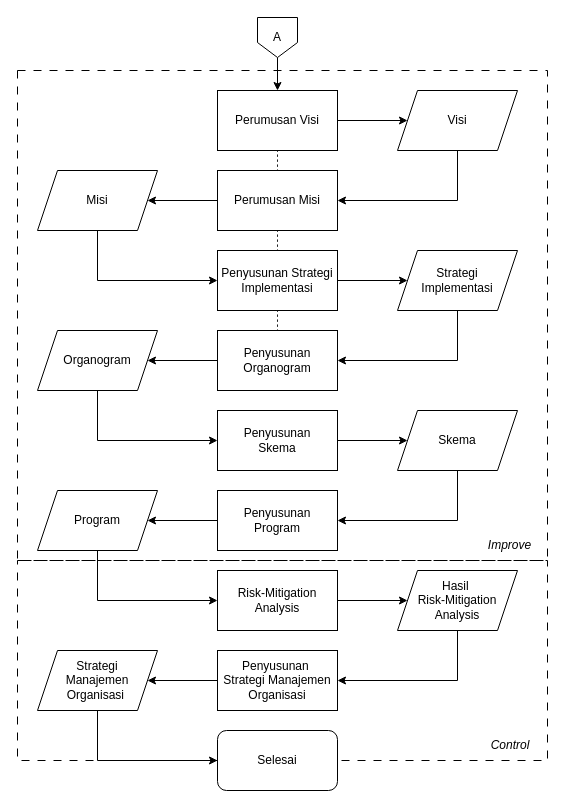
Above: page "IC v3" (8 of 9) of AlureBerpikir.drawio in farellfaiz/flowchart (draw.io), before the change. Source tidied: cells renumbered, new cells numbered last; positions are measured from the earlier drawing's top-left corner, leaving out a move shared by most shapes. Both pictures are drawn from the tidied source at 100%, with x=0, y=0 at pixel (17, 17).
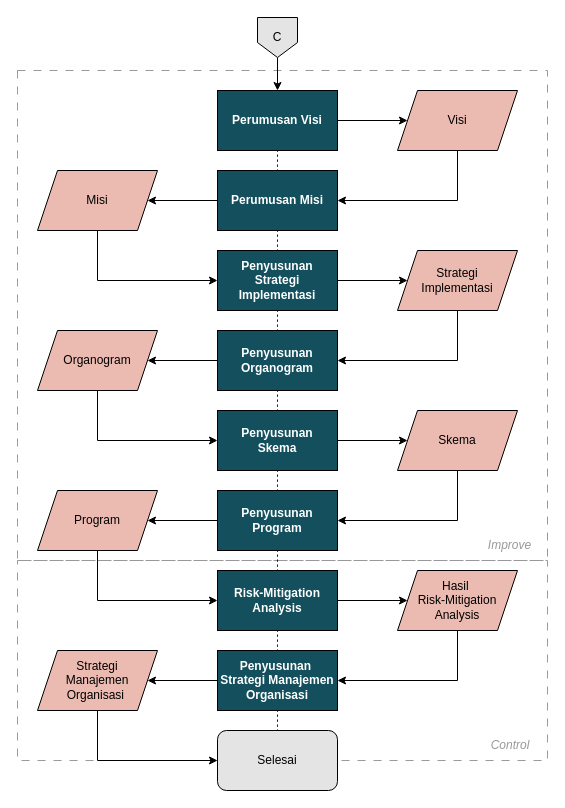
The same page after the edit.

Change to the diagram source:
```diff
@@
-    <mxCell id="2" style="rounded=0;whiteSpace=wrap;html=1;fillColor=none;dashed=1;dashPattern=8 8;" parent="1" vertex="1">
+    <mxCell id="2" style="rounded=0;whiteSpace=wrap;html=1;fillColor=none;dashed=1;dashPattern=8 8;strokeColor=#999999;" parent="1" vertex="1">
       <mxGeometry y="543" width="530" height="200" as="geometry" />
     </mxCell>
-    <mxCell id="3" style="rounded=0;whiteSpace=wrap;html=1;fillColor=none;dashed=1;dashPattern=8 8;" parent="1" vertex="1">
+    <mxCell id="3" style="rounded=0;whiteSpace=wrap;html=1;fillColor=none;dashed=1;dashPattern=8 8;strokeColor=#999999;" parent="1" vertex="1">
       <mxGeometry y="53" width="530" height="490" as="geometry" />
     </mxCell>
@@
-    <mxCell id="6" value="Perumusan Visi" style="rounded=0;whiteSpace=wrap;html=1;" parent="1" vertex="1">
+    <mxCell id="6" value="Perumusan Visi" style="rounded=0;whiteSpace=wrap;html=1;fontStyle=1;fillColor=#134F5C;fontColor=#FFFFFF;" parent="1" vertex="1">
       <mxGeometry x="200" y="73" width="120" height="60" as="geometry" />
     </mxCell>
@@
-    <mxCell id="8" value="Visi" style="shape=parallelogram;perimeter=parallelogramPerimeter;whiteSpace=wrap;html=1;fixedSize=1;" parent="1" vertex="1">
+    <mxCell id="8" value="Visi" style="shape=parallelogram;perimeter=parallelogramPerimeter;whiteSpace=wrap;html=1;fixedSize=1;fillColor=#EBBAB0;" parent="1" vertex="1">
       <mxGeometry x="380" y="73" width="120" height="60" as="geometry" />
     </mxCell>
@@
-    <mxCell id="11" value="Perumusan Misi" style="rounded=0;whiteSpace=wrap;html=1;" parent="1" vertex="1">
+    <mxCell id="11" value="Perumusan Misi" style="rounded=0;whiteSpace=wrap;html=1;fontStyle=1;fillColor=#134F5C;fontColor=#FFFFFF;" parent="1" vertex="1">
       <mxGeometry x="200" y="153" width="120" height="60" as="geometry" />
     </mxCell>
@@
-    <mxCell id="13" value="Misi" style="shape=parallelogram;perimeter=parallelogramPerimeter;whiteSpace=wrap;html=1;fixedSize=1;" parent="1" vertex="1">
+    <mxCell id="13" value="Misi" style="shape=parallelogram;perimeter=parallelogramPerimeter;whiteSpace=wrap;html=1;fixedSize=1;fillColor=#EBBAB0;" parent="1" vertex="1">
       <mxGeometry x="20" y="153" width="120" height="60" as="geometry" />
     </mxCell>
@@
-    <mxCell id="16" value="Penyusunan Strategi&lt;div&gt;Implementasi&lt;/div&gt;" style="rounded=0;whiteSpace=wrap;html=1;" parent="1" vertex="1">
+    <mxCell id="16" value="Penyusunan Strategi&lt;div&gt;Implementasi&lt;/div&gt;" style="rounded=0;whiteSpace=wrap;html=1;fontStyle=1;fillColor=#134F5C;fontColor=#FFFFFF;" parent="1" vertex="1">
       <mxGeometry x="200" y="233" width="120" height="60" as="geometry" />
     </mxCell>
@@
-    <mxCell id="18" value="Strategi&lt;div&gt;Implementasi&lt;/div&gt;" style="shape=parallelogram;perimeter=parallelogramPerimeter;whiteSpace=wrap;html=1;fixedSize=1;" parent="1" vertex="1">
+    <mxCell id="18" value="Strategi&lt;div&gt;Implementasi&lt;/div&gt;" style="shape=parallelogram;perimeter=parallelogramPerimeter;whiteSpace=wrap;html=1;fixedSize=1;fillColor=#EBBAB0;" parent="1" vertex="1">
       <mxGeometry x="380" y="233" width="120" height="60" as="geometry" />
     </mxCell>
@@
+    <mxCell id="44" style="edgeStyle=orthogonalEdgeStyle;rounded=0;jettySize=auto;html=1;entryX=0.5;entryY=0;entryDx=0;entryDy=0;dashed=1;endArrow=none;startFill=0;dashPattern=1 4;" parent="1" edge="1" source="20" target="24">
+      <mxGeometry relative="1" as="geometry" />
+    </mxCell>
-    <mxCell id="20" value="Penyusunan&lt;div&gt;Skema&lt;/div&gt;" style="rounded=0;whiteSpace=wrap;html=1;" parent="1" vertex="1">
+    <mxCell id="20" value="Penyusunan&lt;div&gt;Skema&lt;/div&gt;" style="rounded=0;whiteSpace=wrap;html=1;fontStyle=1;fillColor=#134F5C;fontColor=#FFFFFF;" parent="1" vertex="1">
       <mxGeometry x="200" y="393" width="120" height="60" as="geometry" />
     </mxCell>
@@
-    <mxCell id="22" value="Skema" style="shape=parallelogram;perimeter=parallelogramPerimeter;whiteSpace=wrap;html=1;fixedSize=1;" parent="1" vertex="1">
+    <mxCell id="22" value="Skema" style="shape=parallelogram;perimeter=parallelogramPerimeter;whiteSpace=wrap;html=1;fixedSize=1;fillColor=#EBBAB0;" parent="1" vertex="1">
       <mxGeometry x="380" y="393" width="120" height="60" as="geometry" />
     </mxCell>
@@
+    <mxCell id="45" style="edgeStyle=orthogonalEdgeStyle;rounded=0;jettySize=auto;html=1;entryX=0.5;entryY=0;entryDx=0;entryDy=0;dashed=1;endArrow=none;startFill=0;dashPattern=1 4;" parent="1" edge="1" source="24" target="30">
+      <mxGeometry relative="1" as="geometry" />
+    </mxCell>
-    <mxCell id="24" value="Penyusunan&lt;div&gt;Program&lt;/div&gt;" style="rounded=0;whiteSpace=wrap;html=1;" parent="1" vertex="1">
+    <mxCell id="24" value="Penyusunan&lt;div&gt;Program&lt;/div&gt;" style="rounded=0;whiteSpace=wrap;html=1;fontStyle=1;fillColor=#134F5C;fontColor=#FFFFFF;" parent="1" vertex="1">
       <mxGeometry x="200" y="473" width="120" height="60" as="geometry" />
     </mxCell>
@@
-    <mxCell id="26" value="Program" style="shape=parallelogram;perimeter=parallelogramPerimeter;whiteSpace=wrap;html=1;fixedSize=1;" parent="1" vertex="1">
+    <mxCell id="26" value="Program" style="shape=parallelogram;perimeter=parallelogramPerimeter;whiteSpace=wrap;html=1;fixedSize=1;fillColor=#EBBAB0;" parent="1" vertex="1">
       <mxGeometry x="20" y="473" width="120" height="60" as="geometry" />
     </mxCell>
@@
+    <mxCell id="46" style="edgeStyle=orthogonalEdgeStyle;rounded=0;jettySize=auto;html=1;entryX=0.5;entryY=0;entryDx=0;entryDy=0;dashed=1;endArrow=none;startFill=0;dashPattern=1 4;" parent="1" edge="1" source="28" target="20">
+      <mxGeometry relative="1" as="geometry" />
+    </mxCell>
-    <mxCell id="28" value="Penyusunan&lt;div&gt;Organogram&lt;/div&gt;" style="rounded=0;whiteSpace=wrap;html=1;" parent="1" vertex="1">
+    <mxCell id="28" value="Penyusunan&lt;div&gt;Organogram&lt;/div&gt;" style="rounded=0;whiteSpace=wrap;html=1;fontStyle=1;fillColor=#134F5C;fontColor=#FFFFFF;" parent="1" vertex="1">
       <mxGeometry x="200" y="313" width="120" height="60" as="geometry" />
     </mxCell>
@@
+    <mxCell id="47" style="edgeStyle=orthogonalEdgeStyle;rounded=0;jettySize=auto;html=1;entryX=0.5;entryY=0;entryDx=0;entryDy=0;dashed=1;endArrow=none;startFill=0;dashPattern=1 4;" parent="1" edge="1" source="30" target="34">
+      <mxGeometry relative="1" as="geometry" />
+    </mxCell>
-    <mxCell id="30" value="Risk-Mitigation&lt;div&gt;Analysis&lt;/div&gt;" style="rounded=0;whiteSpace=wrap;html=1;" parent="1" vertex="1">
+    <mxCell id="30" value="Risk-Mitigation&lt;div&gt;Analysis&lt;/div&gt;" style="rounded=0;whiteSpace=wrap;html=1;fontStyle=1;fillColor=#134F5C;fontColor=#FFFFFF;" parent="1" vertex="1">
       <mxGeometry x="200" y="553" width="120" height="60" as="geometry" />
     </mxCell>
@@
-    <mxCell id="32" value="Hasil&amp;nbsp;&lt;div&gt;Risk-Mitigation&lt;/div&gt;&lt;div&gt;Analysis&lt;/div&gt;" style="shape=parallelogram;perimeter=parallelogramPerimeter;whiteSpace=wrap;html=1;fixedSize=1;" parent="1" vertex="1">
+    <mxCell id="32" value="Hasil&amp;nbsp;&lt;div&gt;Risk-Mitigation&lt;/div&gt;&lt;div&gt;Analysis&lt;/div&gt;" style="shape=parallelogram;perimeter=parallelogramPerimeter;whiteSpace=wrap;html=1;fixedSize=1;fillColor=#EBBAB0;" parent="1" vertex="1">
       <mxGeometry x="380" y="553" width="120" height="60" as="geometry" />
     </mxCell>
@@
+    <mxCell id="48" style="edgeStyle=orthogonalEdgeStyle;rounded=0;jettySize=auto;html=1;entryX=0.5;entryY=0;entryDx=0;entryDy=0;dashed=1;endArrow=none;startFill=0;dashPattern=1 4;" parent="1" edge="1" source="34" target="37">
+      <mxGeometry relative="1" as="geometry" />
+    </mxCell>
-    <mxCell id="34" value="Penyusunan&amp;nbsp;&lt;div&gt;Strategi&amp;nbsp;&lt;span style=&quot;background-color: transparent; color: light-dark(rgb(0, 0, 0), rgb(255, 255, 255));&quot;&gt;Manajemen Organisasi&lt;/span&gt;&lt;/div&gt;" style="rounded=0;whiteSpace=wrap;html=1;" parent="1" vertex="1">
+    <mxCell id="34" value="Penyusunan&amp;nbsp;&lt;div&gt;Strategi&amp;nbsp;&lt;span style=&quot;background-color: transparent;&quot;&gt;Manajemen Organisasi&lt;/span&gt;&lt;/div&gt;" style="rounded=0;whiteSpace=wrap;html=1;fontStyle=1;fillColor=#134F5C;fontColor=#FFFFFF;" parent="1" vertex="1">
       <mxGeometry x="200" y="633" width="120" height="60" as="geometry" />
     </mxCell>
@@
-    <mxCell id="36" value="Strategi&lt;div&gt;Manajemen&lt;/div&gt;&lt;div&gt;Organisasi&amp;nbsp;&lt;/div&gt;" style="shape=parallelogram;perimeter=parallelogramPerimeter;whiteSpace=wrap;html=1;fixedSize=1;" parent="1" vertex="1">
+    <mxCell id="36" value="Strategi&lt;div&gt;Manajemen&lt;/div&gt;&lt;div&gt;Organisasi&amp;nbsp;&lt;/div&gt;" style="shape=parallelogram;perimeter=parallelogramPerimeter;whiteSpace=wrap;html=1;fixedSize=1;fillColor=#EBBAB0;" parent="1" vertex="1">
       <mxGeometry x="20" y="633" width="120" height="60" as="geometry" />
     </mxCell>
-    <mxCell id="37" value="Selesai" style="rounded=1;whiteSpace=wrap;html=1;" parent="1" vertex="1">
+    <mxCell id="37" value="Selesai" style="rounded=1;whiteSpace=wrap;html=1;fillColor=#E4E4E4;" parent="1" vertex="1">
       <mxGeometry x="200" y="713" width="120" height="60" as="geometry" />
     </mxCell>
@@
-    <mxCell id="39" value="A" style="shape=offPageConnector;whiteSpace=wrap;html=1;" parent="1" vertex="1">
+    <mxCell id="39" value="C" style="shape=offPageConnector;whiteSpace=wrap;html=1;fillColor=#E4E4E4;" parent="1" vertex="1">
       <mxGeometry x="240" width="40" height="40" as="geometry" />
     </mxCell>
@@
-    <mxCell id="41" value="Organogram" style="shape=parallelogram;perimeter=parallelogramPerimeter;whiteSpace=wrap;html=1;fixedSize=1;" parent="1" vertex="1">
+    <mxCell id="41" value="Organogram" style="shape=parallelogram;perimeter=parallelogramPerimeter;whiteSpace=wrap;html=1;fixedSize=1;fillColor=#EBBAB0;" parent="1" vertex="1">
       <mxGeometry x="20" y="313" width="120" height="60" as="geometry" />
     </mxCell>
-    <mxCell id="42" value="Improve" style="rounded=0;whiteSpace=wrap;html=1;fillColor=none;dashed=1;dashPattern=8 8;strokeColor=none;fontStyle=2;" parent="1" vertex="1">
+    <mxCell id="42" value="Improve" style="rounded=0;whiteSpace=wrap;html=1;fillColor=none;dashed=1;dashPattern=8 8;strokeColor=none;fontStyle=2;fontColor=#999999;" parent="1" vertex="1">
       <mxGeometry x="455" y="513" width="75" height="30" as="geometry" />
     </mxCell>
-    <mxCell id="43" value="Control" style="rounded=0;whiteSpace=wrap;html=1;fillColor=none;strokeColor=none;dashed=1;dashPattern=12 12;fontStyle=2;" parent="1" vertex="1">
+    <mxCell id="43" value="Control" style="rounded=0;whiteSpace=wrap;html=1;fillColor=none;strokeColor=none;dashed=1;dashPattern=12 12;fontStyle=2;fontColor=#999999;" parent="1" vertex="1">
       <mxGeometry x="456" y="713" width="74" height="30" as="geometry" />
     </mxCell>
```
